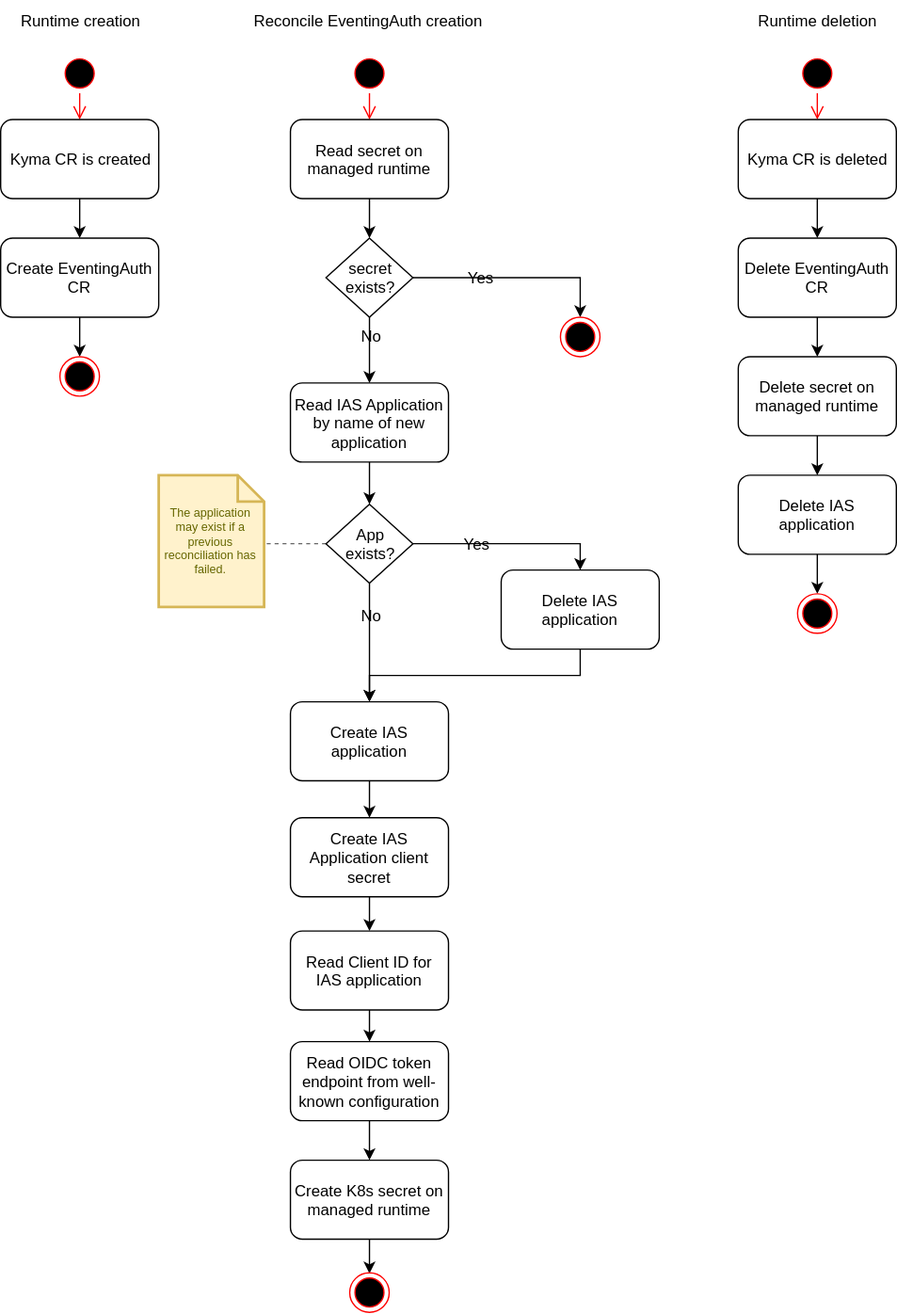
Before: docs/contributor/assets/controller-flow.drawio.svg, a diagram exported from draw.io (kyma-project/eventing-auth-manager). Source tidied: cells renumbered, new cells last; positions are measured from the earlier drawing's top-left corner, leaving out a move shared by most shapes.
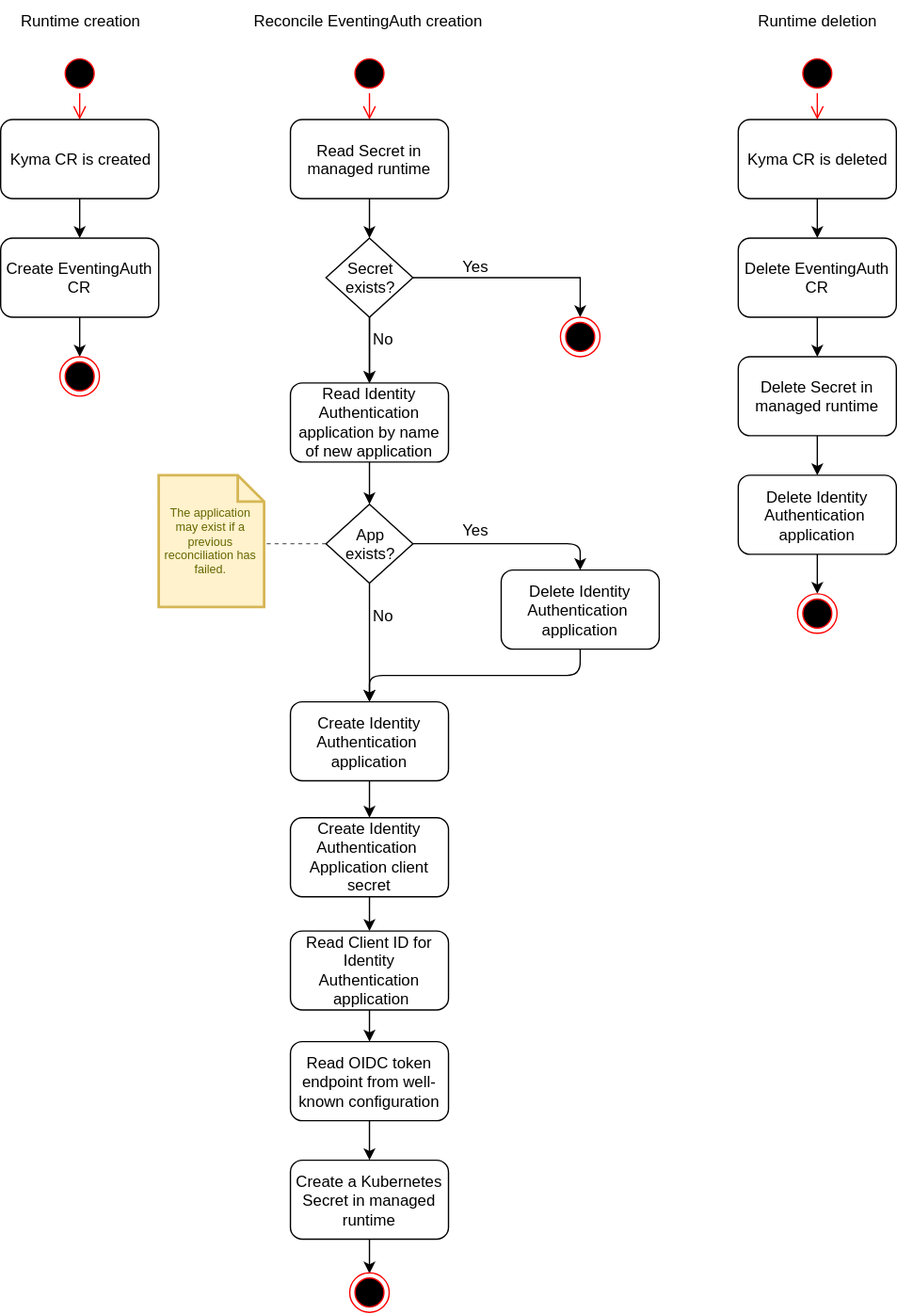
Later version of the same file.

Change to the diagram source:
```diff
@@ -20,7 +20,7 @@
     <mxCell id="7" value="Create EventingAuth CR" style="rounded=1;whiteSpace=wrap;html=1;" parent="1" vertex="1">
       <mxGeometry y="180" width="120" height="60" as="geometry" />
     </mxCell>
-    <mxCell id="8" value="Read IAS Application by name of new application" style="rounded=1;whiteSpace=wrap;html=1;" parent="1" vertex="1">
+    <mxCell id="8" value="Read Identity Authentication application by name of new application" style="rounded=1;whiteSpace=wrap;html=1;" parent="1" vertex="1">
       <mxGeometry x="220" y="290" width="120" height="60" as="geometry" />
     </mxCell>
     <mxCell id="9" style="edgeStyle=orthogonalEdgeStyle;rounded=0;jettySize=auto;html=1;entryX=0.5;entryY=0;entryDx=0;entryDy=0;" parent="1" edge="1" source="10" target="16">
@@ -46,7 +46,7 @@
     <mxCell id="15" style="ellipse;html=1;shape=endState;fillColor=#000000;strokeColor=#ff0000;" parent="1" vertex="1">
       <mxGeometry x="45" y="270" width="30" height="30" as="geometry" />
     </mxCell>
-    <mxCell id="16" value="Create K8s secret on managed runtime" style="rounded=1;whiteSpace=wrap;html=1;" parent="1" vertex="1">
+    <mxCell id="16" value="Create a Kubernetes Secret in managed runtime" style="rounded=1;whiteSpace=wrap;html=1;" parent="1" vertex="1">
       <mxGeometry x="220" y="880" width="120" height="60" as="geometry" />
     </mxCell>
     <mxCell id="17" style="edgeStyle=orthogonalEdgeStyle;rounded=0;jettySize=auto;html=1;entryX=0.5;entryY=0;entryDx=0;entryDy=0;" parent="1" edge="1" target="18">
@@ -81,13 +81,13 @@
     <mxCell id="26" style="edgeStyle=orthogonalEdgeStyle;rounded=0;jettySize=auto;html=1;entryX=0.5;entryY=0;entryDx=0;entryDy=0;" parent="1" edge="1" source="27" target="29">
       <mxGeometry relative="1" as="geometry" />
     </mxCell>
-    <mxCell id="27" value="Delete secret on managed runtime" style="rounded=1;whiteSpace=wrap;html=1;" parent="1" vertex="1">
+    <mxCell id="27" value="Delete Secret in managed runtime" style="rounded=1;whiteSpace=wrap;html=1;" parent="1" vertex="1">
       <mxGeometry x="560" y="270" width="120" height="60" as="geometry" />
     </mxCell>
     <mxCell id="28" style="edgeStyle=orthogonalEdgeStyle;rounded=0;jettySize=auto;html=1;entryX=0.5;entryY=0;entryDx=0;entryDy=0;" parent="1" edge="1" source="29" target="30">
       <mxGeometry relative="1" as="geometry" />
     </mxCell>
-    <mxCell id="29" value="Delete IAS application" style="rounded=1;whiteSpace=wrap;html=1;" parent="1" vertex="1">
+    <mxCell id="29" value="Delete Identity Authentication&amp;nbsp;&lt;br&gt;application" style="rounded=1;whiteSpace=wrap;html=1;" parent="1" vertex="1">
       <mxGeometry x="560" y="360" width="120" height="60" as="geometry" />
     </mxCell>
     <mxCell id="30" style="ellipse;html=1;shape=endState;fillColor=#000000;strokeColor=#ff0000;" parent="1" vertex="1">
@@ -96,28 +96,35 @@
     <mxCell id="31" style="edgeStyle=orthogonalEdgeStyle;rounded=0;jettySize=auto;html=1;entryX=0.5;entryY=0;entryDx=0;entryDy=0;" parent="1" edge="1" source="32" target="51">
       <mxGeometry relative="1" as="geometry" />
     </mxCell>
-    <mxCell id="32" value="Create IAS application" style="rounded=1;whiteSpace=wrap;html=1;" parent="1" vertex="1">
+    <mxCell id="32" value="Create Identity Authentication&amp;nbsp;&lt;br&gt;application" style="rounded=1;whiteSpace=wrap;html=1;" parent="1" vertex="1">
       <mxGeometry x="220" y="532" width="120" height="60" as="geometry" />
     </mxCell>
     <mxCell id="33" style="edgeStyle=orthogonalEdgeStyle;rounded=0;jettySize=auto;html=1;entryX=0.5;entryY=0;entryDx=0;entryDy=0;" parent="1" edge="1" source="34" target="39">
       <mxGeometry relative="1" as="geometry" />
     </mxCell>
-    <mxCell id="34" value="Read secret on managed runtime" style="rounded=1;whiteSpace=wrap;html=1;" parent="1" vertex="1">
+    <mxCell id="34" value="Read Secret in managed runtime" style="rounded=1;whiteSpace=wrap;html=1;" parent="1" vertex="1">
       <mxGeometry x="220" y="90" width="120" height="60" as="geometry" />
     </mxCell>
     <mxCell id="35" style="edgeStyle=orthogonalEdgeStyle;rounded=0;jettySize=auto;html=1;entryX=0.5;entryY=0;entryDx=0;entryDy=0;" parent="1" edge="1" source="39" target="40">
       <mxGeometry relative="1" as="geometry" />
     </mxCell>
     <mxCell id="36" value="Yes" style="edgeLabel;html=1;align=center;verticalAlign=middle;" parent="35" vertex="1">
-      <mxGeometry x="-0.35" y="1" relative="1" as="geometry" />
+      <mxGeometry x="-0.35" y="1" relative="1" as="geometry">
+        <mxPoint x="-4" y="-9" as="offset" />
+      </mxGeometry>
     </mxCell>
     <mxCell id="37" style="edgeStyle=orthogonalEdgeStyle;rounded=0;jettySize=auto;html=1;entryX=0.5;entryY=0;entryDx=0;entryDy=0;" parent="1" edge="1" source="39" target="8">
       <mxGeometry relative="1" as="geometry" />
     </mxCell>
     <mxCell id="38" value="No" style="edgeLabel;html=1;align=center;verticalAlign=middle;" parent="37" vertex="1">
-      <mxGeometry x="-0.48" y="1" relative="1" as="geometry" />
+      <mxGeometry x="-0.48" y="1" relative="1" as="geometry">
+        <mxPoint x="9" y="2" as="offset" />
+      </mxGeometry>
     </mxCell>
+    <mxCell id="55" style="edgeStyle=orthogonalEdgeStyle;rounded=0;jettySize=auto;html=1;" parent="1" edge="1" source="39" target="8">
+      <mxGeometry relative="1" as="geometry" />
+    </mxCell>
-    <mxCell id="39" value="secret&lt;br&gt;exists?" style="rhombus;whiteSpace=wrap;html=1;" parent="1" vertex="1">
+    <mxCell id="39" value="Secret&lt;br&gt;exists?" style="rhombus;whiteSpace=wrap;html=1;" parent="1" vertex="1">
       <mxGeometry x="247" y="180" width="66" height="60" as="geometry" />
     </mxCell>
     <mxCell id="40" style="ellipse;html=1;shape=endState;fillColor=#000000;strokeColor=#ff0000;" parent="1" vertex="1">
@@ -126,17 +133,21 @@
     <mxCell id="41" style="edgeStyle=orthogonalEdgeStyle;rounded=0;jettySize=auto;html=1;entryX=0.5;entryY=0;entryDx=0;entryDy=0;exitX=0.5;exitY=1;exitDx=0;exitDy=0;" parent="1" edge="1" source="8" target="47">
       <mxGeometry relative="1" as="geometry" />
     </mxCell>
-    <mxCell id="42" style="edgeStyle=orthogonalEdgeStyle;rounded=0;jettySize=auto;html=1;entryX=0.5;entryY=0;entryDx=0;entryDy=0;" parent="1" edge="1" source="47" target="49">
+    <mxCell id="42" style="edgeStyle=orthogonalEdgeStyle;rounded=1;jettySize=auto;html=1;entryX=0.5;entryY=0;entryDx=0;entryDy=0;" parent="1" edge="1" source="47" target="49">
       <mxGeometry relative="1" as="geometry" />
     </mxCell>
     <mxCell id="43" value="Yes" style="edgeLabel;html=1;align=center;verticalAlign=middle;" parent="42" vertex="1">
-      <mxGeometry x="-0.35" y="1" relative="1" as="geometry" />
+      <mxGeometry x="-0.35" y="1" relative="1" as="geometry">
+        <mxPoint x="-1" y="-11" as="offset" />
+      </mxGeometry>
     </mxCell>
     <mxCell id="44" style="edgeStyle=orthogonalEdgeStyle;rounded=0;jettySize=auto;html=1;entryX=0.5;entryY=0;entryDx=0;entryDy=0;" parent="1" edge="1" source="47" target="32">
       <mxGeometry relative="1" as="geometry" />
     </mxCell>
     <mxCell id="45" value="No" style="edgeLabel;html=1;align=center;verticalAlign=middle;" parent="44" vertex="1">
-      <mxGeometry x="-0.48" y="1" relative="1" as="geometry" />
+      <mxGeometry x="-0.48" y="1" relative="1" as="geometry">
+        <mxPoint x="9" as="offset" />
+      </mxGeometry>
     </mxCell>
     <mxCell id="46" style="edgeStyle=orthogonalEdgeStyle;rounded=0;jettySize=auto;html=1;entryX=1;entryY=0.52;entryDx=0;entryDy=0;entryPerimeter=0;dashed=1;fillColor=#f5f5f5;strokeColor=#666666;endArrow=none;endFill=0;" parent="1" edge="1" source="47" target="54">
       <mxGeometry relative="1" as="geometry">
@@ -149,22 +160,22 @@
     <mxCell id="47" value="App&lt;br&gt;exists?" style="rhombus;whiteSpace=wrap;html=1;" parent="1" vertex="1">
       <mxGeometry x="247" y="382" width="66" height="60" as="geometry" />
     </mxCell>
-    <mxCell id="48" style="edgeStyle=orthogonalEdgeStyle;rounded=0;jettySize=auto;html=1;entryX=0.5;entryY=0;entryDx=0;entryDy=0;exitX=0.5;exitY=1;exitDx=0;exitDy=0;" parent="1" edge="1" source="49" target="32">
+    <mxCell id="48" style="edgeStyle=orthogonalEdgeStyle;rounded=1;jettySize=auto;html=1;entryX=0.5;entryY=0;entryDx=0;entryDy=0;exitX=0.5;exitY=1;exitDx=0;exitDy=0;" parent="1" edge="1" source="49" target="32">
       <mxGeometry relative="1" as="geometry" />
     </mxCell>
-    <mxCell id="49" value="Delete IAS application" style="rounded=1;whiteSpace=wrap;html=1;" parent="1" vertex="1">
+    <mxCell id="49" value="Delete Identity Authentication&amp;nbsp;&lt;br&gt;application" style="rounded=1;whiteSpace=wrap;html=1;" parent="1" vertex="1">
       <mxGeometry x="380" y="432" width="120" height="60" as="geometry" />
     </mxCell>
     <mxCell id="50" style="edgeStyle=orthogonalEdgeStyle;rounded=0;jettySize=auto;html=1;exitX=0.5;exitY=1;exitDx=0;exitDy=0;entryX=0.5;entryY=0;entryDx=0;entryDy=0;" parent="1" edge="1" source="51" target="53">
       <mxGeometry relative="1" as="geometry" />
     </mxCell>
-    <mxCell id="51" value="Create IAS Application client secret" style="rounded=1;whiteSpace=wrap;html=1;" parent="1" vertex="1">
+    <mxCell id="51" value="Create Identity Authentication&amp;nbsp;&lt;br&gt;Application client secret" style="rounded=1;whiteSpace=wrap;html=1;" parent="1" vertex="1">
       <mxGeometry x="220" y="620" width="120" height="60" as="geometry" />
     </mxCell>
     <mxCell id="52" style="edgeStyle=orthogonalEdgeStyle;rounded=0;jettySize=auto;html=1;" parent="1" edge="1" source="53" target="10">
       <mxGeometry relative="1" as="geometry" />
     </mxCell>
-    <mxCell id="53" value="Read Client ID for IAS application" style="rounded=1;whiteSpace=wrap;html=1;" parent="1" vertex="1">
+    <mxCell id="53" value="Read Client ID for Identity Authentication&lt;br&gt;&amp;nbsp;application" style="rounded=1;whiteSpace=wrap;html=1;" parent="1" vertex="1">
       <mxGeometry x="220" y="706" width="120" height="60" as="geometry" />
     </mxCell>
     <mxCell id="54" value="The application may exist if a previous reconciliation has failed." style="shape=note;strokeWidth=2;fontSize=9;size=20;whiteSpace=wrap;html=1;fillColor=#fff2cc;strokeColor=#d6b656;fontColor=#666600;" parent="1" vertex="1">
```
